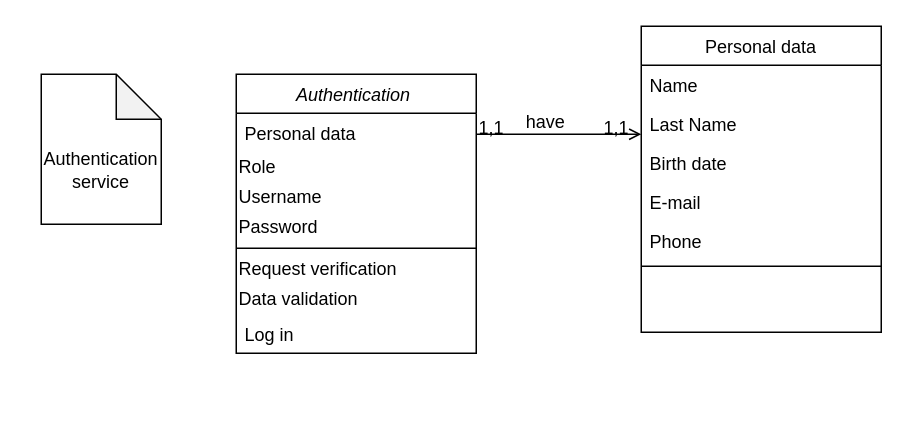
This is page "Authentication service" (1 of 10) of Dijagrami.drawio from andjelijaa/XML-projekat, a draw.io file, before an edit. Source tidied: cells renumbered, new cells numbered last; positions are measured from the earlier drawing's top-left corner, leaving out a move shared by most shapes. Both pictures are drawn from the tidied source at 150%, with x=0, y=0 at pixel (26, 26).
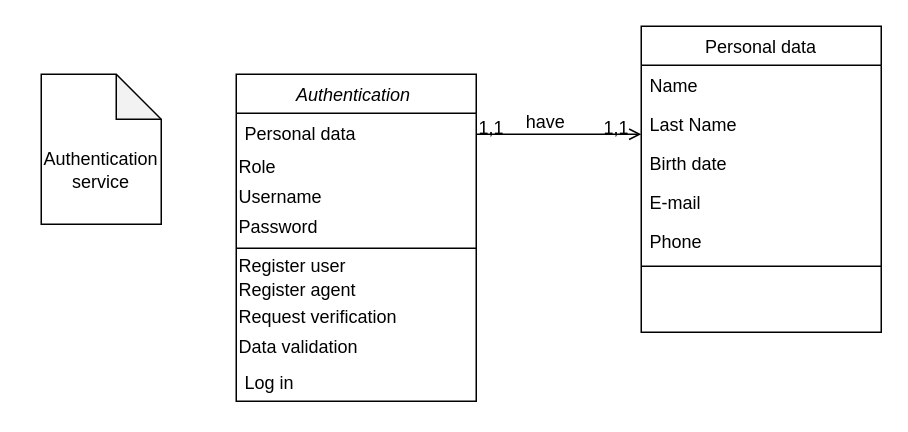
The same diagram, later.

Diff of the diagram source:
```diff
@@
     <mxCell id="2" value="Authentication " style="swimlane;fontStyle=2;align=center;verticalAlign=top;horizontal=1;startSize=26;rounded=0;shadow=0;strokeWidth=1;" parent="1" vertex="1">
-      <mxGeometry x="140" y="32" width="160" height="186" as="geometry" />
+      <mxGeometry x="140" y="32" width="160" height="218" as="geometry" />
     </mxCell>
@@
+    <mxCell id="24" value="Register user" style="text;html=1;strokeColor=none;fillColor=none;align=left;verticalAlign=middle;whiteSpace=wrap;rounded=0;" parent="2" vertex="1">
+      <mxGeometry y="120" width="160" height="16" as="geometry" />
+    </mxCell>
+    <mxCell id="25" value="Register agent" style="text;html=1;strokeColor=none;fillColor=none;align=left;verticalAlign=middle;whiteSpace=wrap;rounded=0;" parent="2" vertex="1">
+      <mxGeometry y="136" width="160" height="16" as="geometry" />
+    </mxCell>
     <mxCell id="8" value="Request verification" style="text;html=1;strokeColor=none;fillColor=none;align=left;verticalAlign=middle;whiteSpace=wrap;rounded=0;" parent="2" vertex="1">
-      <mxGeometry y="120" width="160" height="20" as="geometry" />
+      <mxGeometry y="152" width="160" height="20" as="geometry" />
     </mxCell>
     <mxCell id="9" value="Data validation" style="text;html=1;strokeColor=none;fillColor=none;align=left;verticalAlign=middle;whiteSpace=wrap;rounded=0;" parent="2" vertex="1">
-      <mxGeometry y="140" width="160" height="20" as="geometry" />
+      <mxGeometry y="172" width="160" height="20" as="geometry" />
     </mxCell>
     <mxCell id="10" value="Log in" style="text;align=left;verticalAlign=top;spacingLeft=4;spacingRight=4;overflow=hidden;" parent="2" vertex="1">
-      <mxGeometry y="160" width="160" height="26" as="geometry" />
+      <mxGeometry y="192" width="160" height="26" as="geometry" />
     </mxCell>
```
